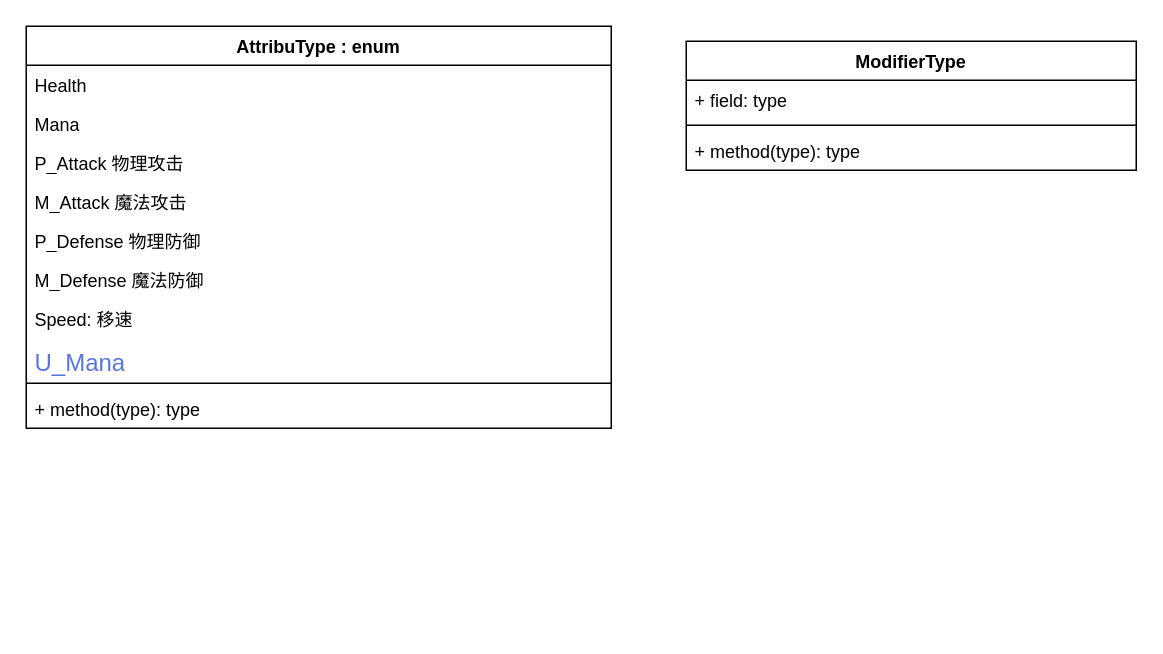
The draw.io diagram attribute.drawio in QAQSly/QAQSly, before the edit. Source tidied: cells renumbered, new cells numbered last; positions are measured from the earlier drawing's top-left corner, leaving out a move shared by most shapes. Both pictures are drawn from the tidied source at 150%, with x=0, y=0 at pixel (26, 26).
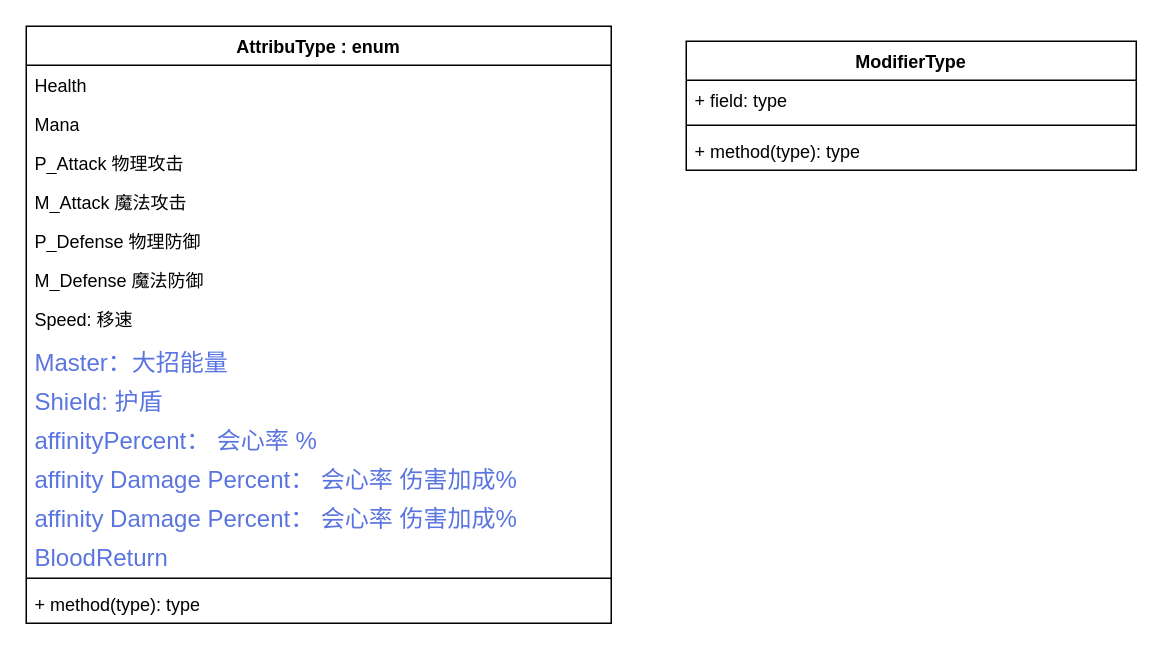
The same diagram, later.

What changed in the source:
```diff
@@
     <mxCell id="2" value="AttribuType : enum" style="swimlane;fontStyle=1;align=center;verticalAlign=top;horizontal=1;startSize=26;whiteSpace=wrap;html=1;" parent="1" vertex="1">
-      <mxGeometry width="390" height="268" as="geometry" />
+      <mxGeometry width="390" height="398" as="geometry" />
     </mxCell>
@@
-    <mxCell id="10" value="&lt;span style=&quot;color: rgb(90, 117, 224); font-family: PingFangSC-Regular, &amp;quot;Microsoft YaHei&amp;quot;, Segoe&amp;nbsp;UI&amp;nbsp;Variable&amp;nbsp;Static&amp;nbsp;Display; font-size: 16px; background-color: rgb(255, 255, 255);&quot;&gt;U_Mana&lt;/span&gt;" style="text;strokeColor=none;fillColor=none;align=left;verticalAlign=top;spacingLeft=4;spacingRight=4;overflow=hidden;whiteSpace=wrap;html=1;" parent="2" vertex="1">
+    <mxCell id="10" value="&lt;font face=&quot;PingFangSC-Regular, Microsoft YaHei, Segoe&amp;nbsp;UI&amp;nbsp;Variable&amp;nbsp;Static&amp;nbsp;Display&quot; color=&quot;#5a75e0&quot;&gt;&lt;span style=&quot;font-size: 16px; background-color: rgb(255, 255, 255);&quot;&gt;Master：大招能量&lt;/span&gt;&lt;/font&gt;" style="text;strokeColor=none;fillColor=none;align=left;verticalAlign=top;spacingLeft=4;spacingRight=4;overflow=hidden;whiteSpace=wrap;html=1;" parent="2" vertex="1">
       <mxGeometry y="208" width="390" height="26" as="geometry" />
     </mxCell>
+    <mxCell id="17" value="&lt;font face=&quot;PingFangSC-Regular, Microsoft YaHei, Segoe&amp;nbsp;UI&amp;nbsp;Variable&amp;nbsp;Static&amp;nbsp;Display&quot; color=&quot;#5a75e0&quot;&gt;&lt;span style=&quot;font-size: 16px; background-color: rgb(255, 255, 255);&quot;&gt;Shield: 护盾&lt;/span&gt;&lt;/font&gt;" style="text;strokeColor=none;fillColor=none;align=left;verticalAlign=top;spacingLeft=4;spacingRight=4;overflow=hidden;whiteSpace=wrap;html=1;" parent="2" vertex="1">
+      <mxGeometry y="234" width="390" height="26" as="geometry" />
+    </mxCell>
+    <mxCell id="18" value="&lt;font face=&quot;PingFangSC-Regular, Microsoft YaHei, Segoe&amp;nbsp;UI&amp;nbsp;Variable&amp;nbsp;Static&amp;nbsp;Display&quot; color=&quot;#5a75e0&quot;&gt;&lt;span style=&quot;font-size: 16px; background-color: rgb(255, 255, 255);&quot;&gt;affinityPercent： 会心率 %&lt;/span&gt;&lt;/font&gt;" style="text;strokeColor=none;fillColor=none;align=left;verticalAlign=top;spacingLeft=4;spacingRight=4;overflow=hidden;whiteSpace=wrap;html=1;" parent="2" vertex="1">
+      <mxGeometry y="260" width="390" height="26" as="geometry" />
+    </mxCell>
+    <mxCell id="19" value="&lt;font face=&quot;PingFangSC-Regular, Microsoft YaHei, Segoe&amp;nbsp;UI&amp;nbsp;Variable&amp;nbsp;Static&amp;nbsp;Display&quot; color=&quot;#5a75e0&quot;&gt;&lt;span style=&quot;font-size: 16px; background-color: rgb(255, 255, 255);&quot;&gt;affinity Damage Percent： 会心率 伤害加成%&lt;/span&gt;&lt;/font&gt;" style="text;strokeColor=none;fillColor=none;align=left;verticalAlign=top;spacingLeft=4;spacingRight=4;overflow=hidden;whiteSpace=wrap;html=1;" parent="2" vertex="1">
+      <mxGeometry y="286" width="390" height="26" as="geometry" />
+    </mxCell>
+    <mxCell id="20" value="&lt;font face=&quot;PingFangSC-Regular, Microsoft YaHei, Segoe&amp;nbsp;UI&amp;nbsp;Variable&amp;nbsp;Static&amp;nbsp;Display&quot; color=&quot;#5a75e0&quot;&gt;&lt;span style=&quot;font-size: 16px; background-color: rgb(255, 255, 255);&quot;&gt;affinity Damage Percent： 会心率 伤害加成%&lt;/span&gt;&lt;/font&gt;" style="text;strokeColor=none;fillColor=none;align=left;verticalAlign=top;spacingLeft=4;spacingRight=4;overflow=hidden;whiteSpace=wrap;html=1;" parent="2" vertex="1">
+      <mxGeometry y="312" width="390" height="26" as="geometry" />
+    </mxCell>
+    <mxCell id="21" value="&lt;font face=&quot;PingFangSC-Regular, Microsoft YaHei, Segoe&amp;nbsp;UI&amp;nbsp;Variable&amp;nbsp;Static&amp;nbsp;Display&quot; color=&quot;#5a75e0&quot;&gt;&lt;span style=&quot;font-size: 16px; background-color: rgb(255, 255, 255);&quot;&gt;BloodReturn&lt;/span&gt;&lt;/font&gt;" style="text;strokeColor=none;fillColor=none;align=left;verticalAlign=top;spacingLeft=4;spacingRight=4;overflow=hidden;whiteSpace=wrap;html=1;" parent="2" vertex="1">
+      <mxGeometry y="338" width="390" height="26" as="geometry" />
+    </mxCell>
     <mxCell id="11" style="line;strokeWidth=1;fillColor=none;align=left;verticalAlign=middle;spacingTop=-1;spacingLeft=3;spacingRight=3;labelPosition=right;strokeColor=inherit;" parent="2" vertex="1">
-      <mxGeometry y="234" width="390" height="8" as="geometry" />
+      <mxGeometry y="364" width="390" height="8" as="geometry" />
     </mxCell>
     <mxCell id="12" value="+ method(type): type" style="text;strokeColor=none;fillColor=none;align=left;verticalAlign=top;spacingLeft=4;spacingRight=4;overflow=hidden;whiteSpace=wrap;html=1;" parent="2" vertex="1">
-      <mxGeometry y="242" width="390" height="26" as="geometry" />
+      <mxGeometry y="372" width="390" height="26" as="geometry" />
     </mxCell>
```
